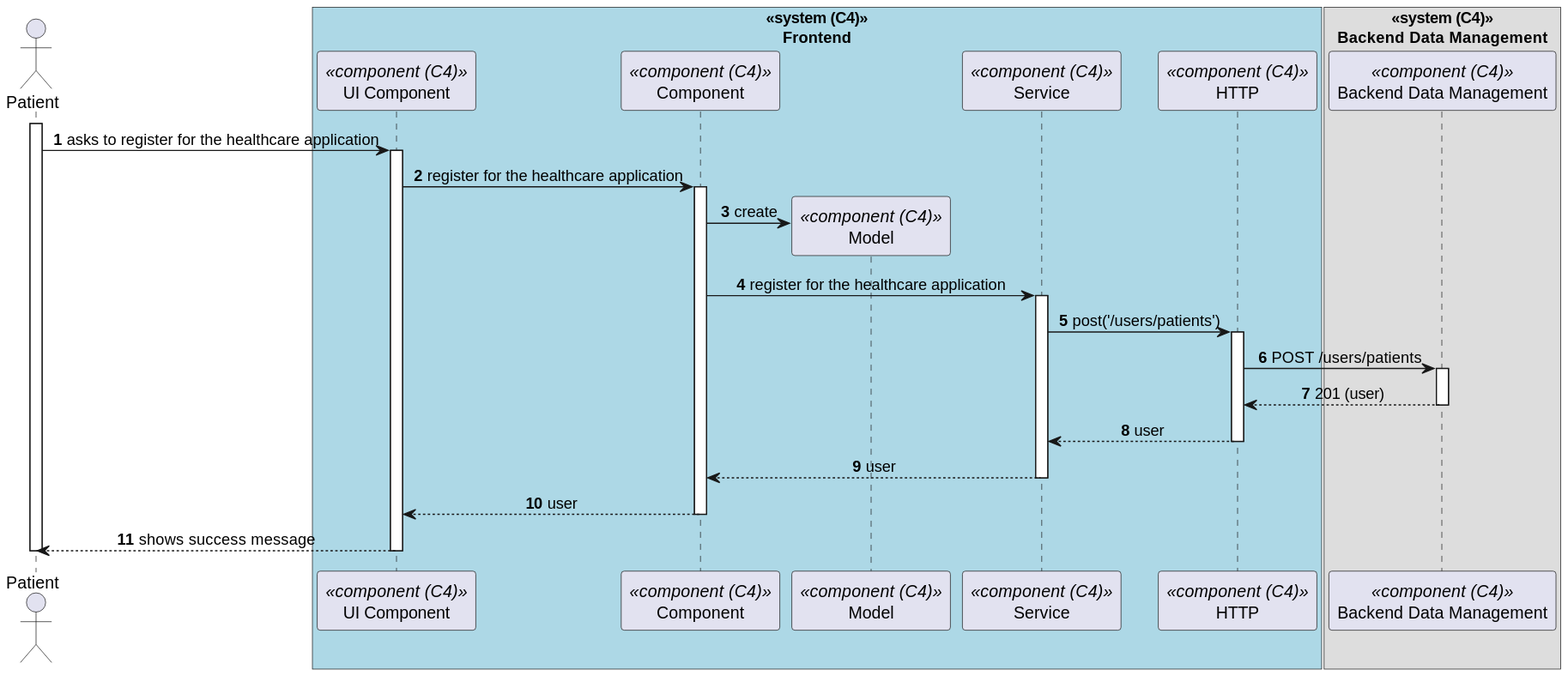
Above: docs/sprint-b/us-6.2.1/views/level3/process-view.svg in 1220846/sem5pi-24-25-3ddg20 (PlantUML), before the change.
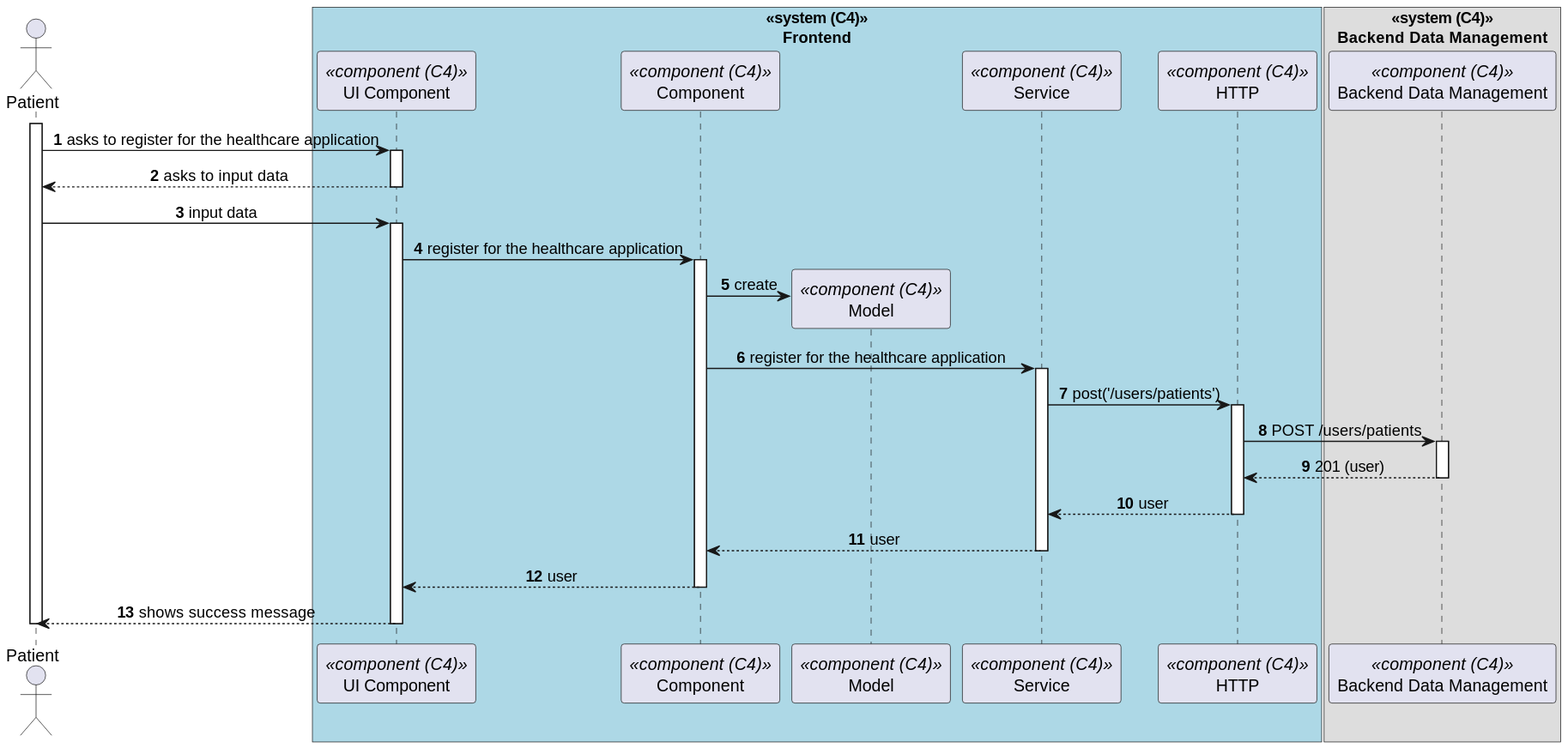
The same diagram one commit later.

The edit, as a diff of the source:
```diff
@@ -18,6 +18,13 @@
 activate Patient
 
     Patient -> ComponentUI : asks to register for the healthcare application
+    activate ComponentUI
+
+        ComponentUI --> Patient: asks to input data
+
+    deactivate ComponentUI
+
+    Patient -> ComponentUI: input data
     activate ComponentUI
 
         ComponentUI -> Component : register for the healthcare application
```
